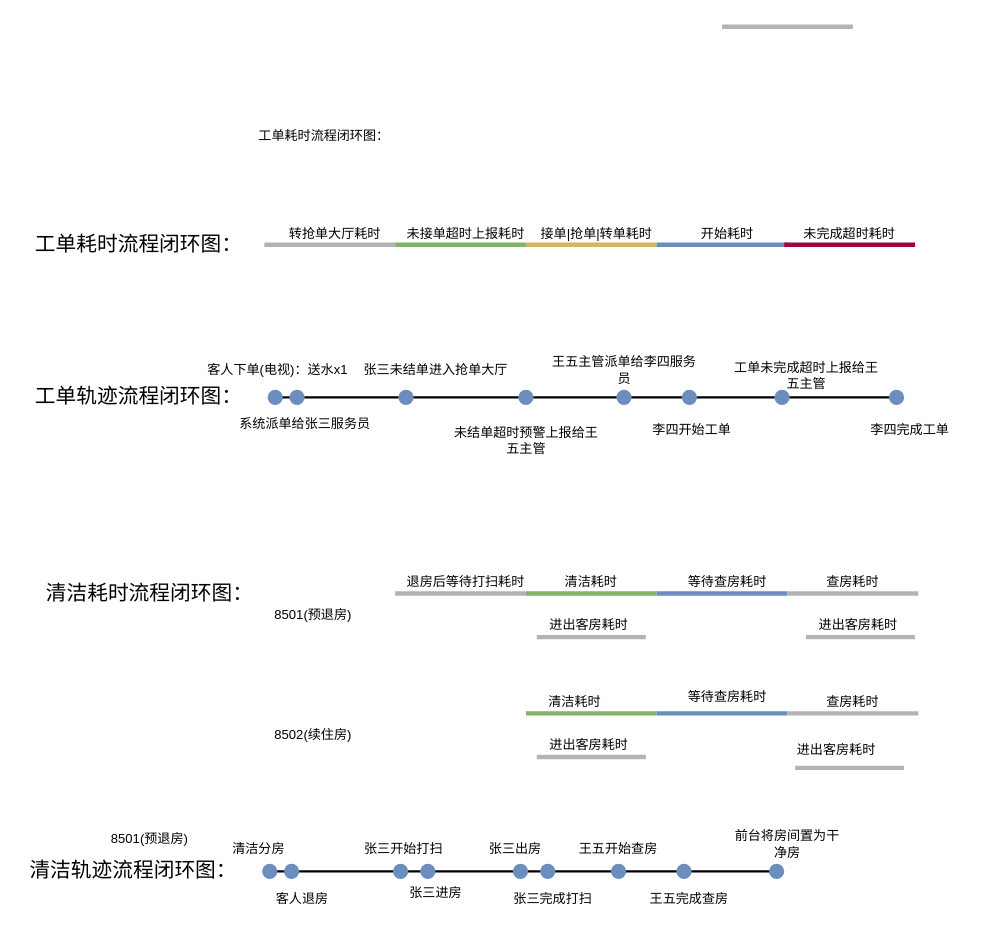
The draw.io diagram xzzh/服务管家流程整理.drawio in daniel-7d/draw, before the edit. Source tidied: cells renumbered, new cells numbered last; positions are measured from the earlier drawing's top-left corner, leaving out a move shared by most shapes. Both pictures are drawn from the tidied source at 109%, with x=0, y=0 at pixel (19, 21).
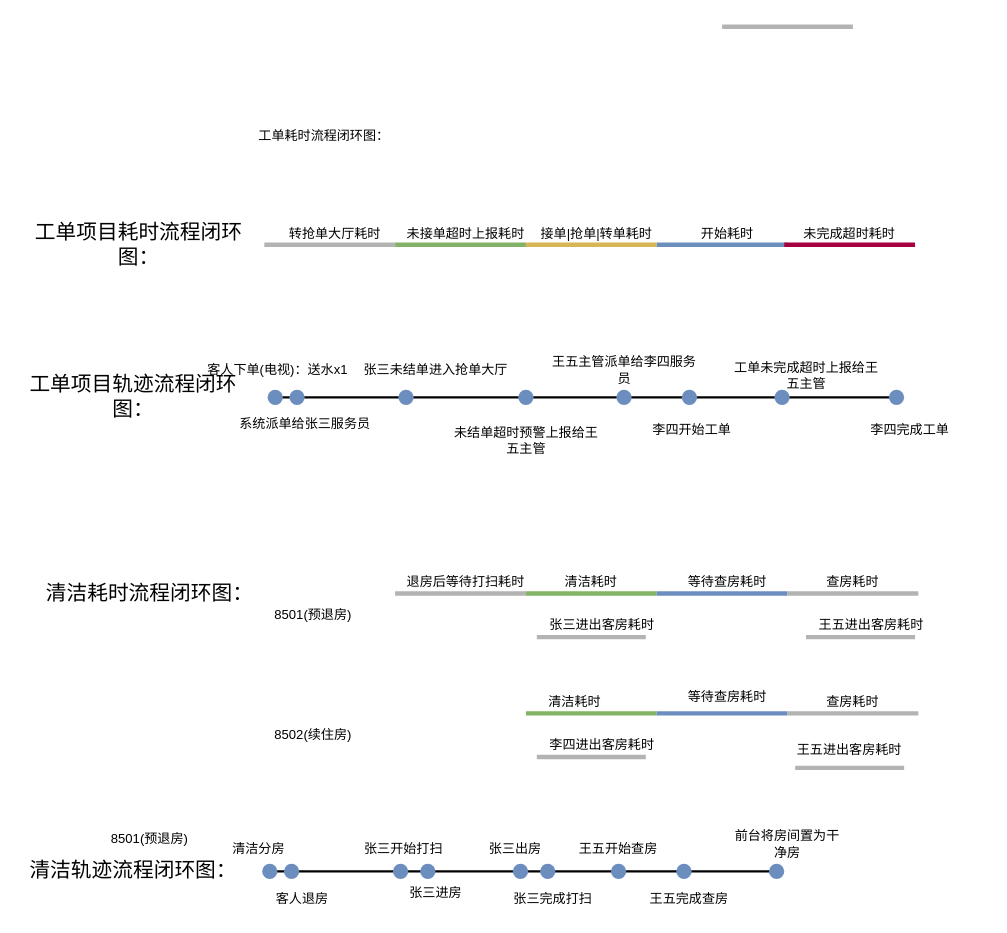
Above is the later version.

Commit message:
更新服务管家流程整理.drawio

The edit, as a diff of the source:
```diff
@@
-    <mxCell id="4" value="&lt;font style=&quot;font-size: 19px;&quot;&gt;工单耗时流程闭环图：&lt;/font&gt;" style="text;html=1;align=center;verticalAlign=middle;whiteSpace=wrap;rounded=0;" parent="1" vertex="1">
+    <mxCell id="4" value="&lt;font style=&quot;font-size: 19px;&quot;&gt;工单项目耗时流程闭环图：&lt;/font&gt;" style="text;html=1;align=center;verticalAlign=middle;whiteSpace=wrap;rounded=0;" parent="1" vertex="1">
       <mxGeometry x="5" y="190" width="210" height="30" as="geometry" />
     </mxCell>
@@
-    <mxCell id="15" value="&lt;font style=&quot;font-size: 19px;&quot;&gt;工单轨迹流程闭环图：&lt;/font&gt;" style="text;html=1;align=center;verticalAlign=middle;whiteSpace=wrap;rounded=0;" parent="1" vertex="1">
-      <mxGeometry x="5" y="330" width="210" height="30" as="geometry" />
+    <mxCell id="15" value="&lt;font style=&quot;font-size: 19px;&quot;&gt;工单项目轨迹流程闭环图：&lt;/font&gt;" style="text;html=1;align=center;verticalAlign=middle;whiteSpace=wrap;rounded=0;" parent="1" vertex="1">
+      <mxGeometry y="330" width="210" height="30" as="geometry" />
     </mxCell>
@@
-    <mxCell id="40" value="进出客房耗时" style="text;whiteSpace=wrap;" parent="1" vertex="1">
+    <mxCell id="40" value="张三进出客房耗时" style="text;whiteSpace=wrap;" parent="1" vertex="1">
       <mxGeometry x="485" y="540" width="110" height="40" as="geometry" />
     </mxCell>
@@
-    <mxCell id="46" value="进出客房耗时" style="text;whiteSpace=wrap;" parent="1" vertex="1">
+    <mxCell id="46" value="李四进出客房耗时" style="text;whiteSpace=wrap;" parent="1" vertex="1">
       <mxGeometry x="485" y="650" width="110" height="40" as="geometry" />
     </mxCell>
@@
-    <mxCell id="68" value="进出客房耗时" style="text;whiteSpace=wrap;" parent="1" vertex="1">
+    <mxCell id="68" value="王五进出客房耗时" style="text;whiteSpace=wrap;" parent="1" vertex="1">
       <mxGeometry x="732" y="540" width="110" height="40" as="geometry" />
     </mxCell>
@@
-    <mxCell id="74" value="进出客房耗时" style="text;whiteSpace=wrap;" parent="1" vertex="1">
+    <mxCell id="74" value="王五进出客房耗时" style="text;whiteSpace=wrap;" parent="1" vertex="1">
       <mxGeometry x="712" y="655" width="110" height="40" as="geometry" />
     </mxCell>
```
